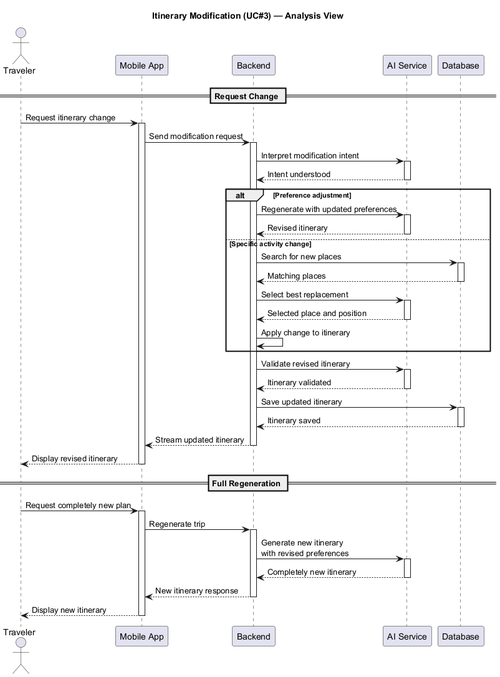
Earlier version of the PlantUML export docs/Diagrams/Itinerary_Modification_Flow.png (AbdelrahmanMostafa33/TourMate-AI).
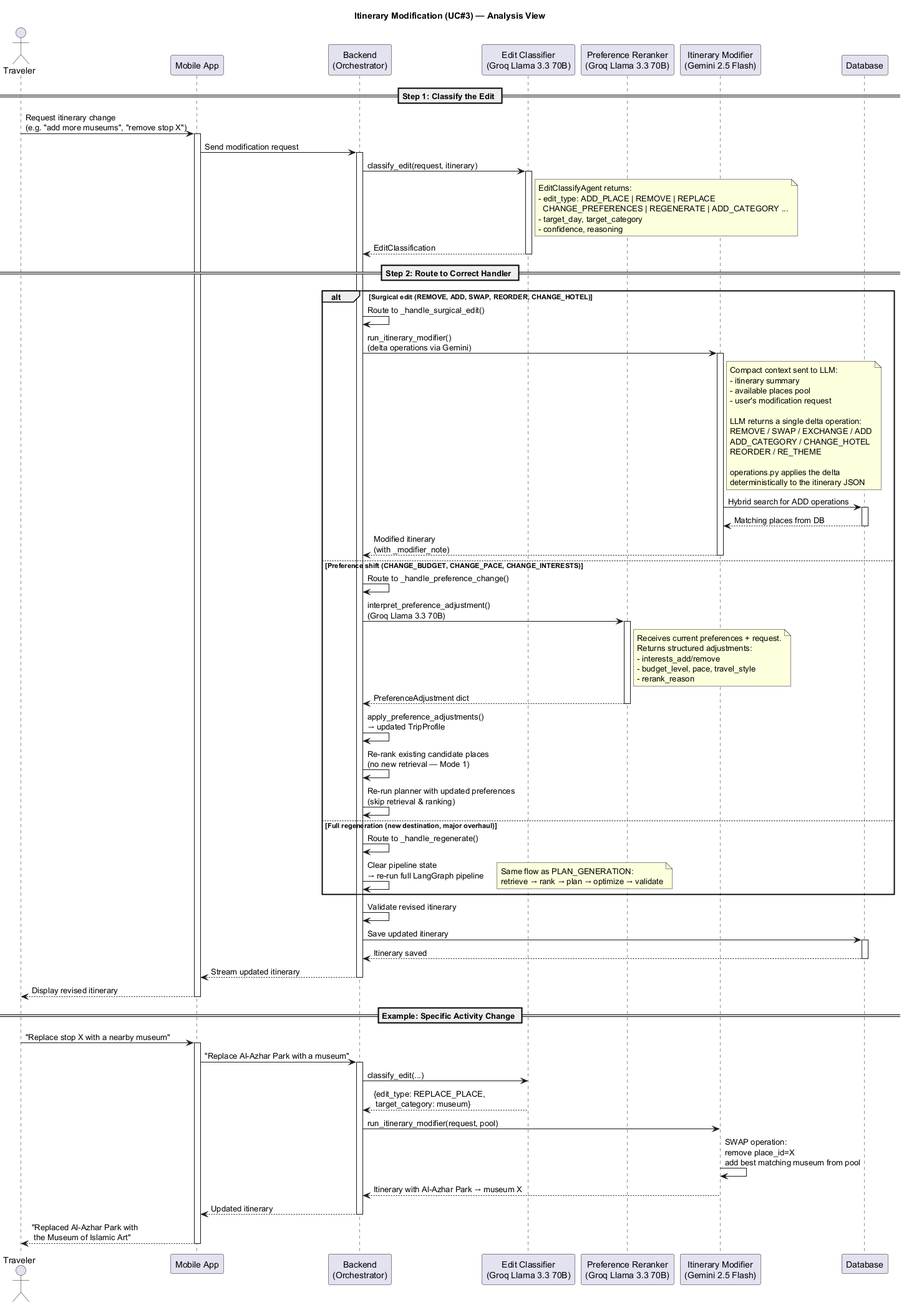
After the change.

Change to the diagram source:
```diff
@@ -3,46 +3,99 @@
 
 actor Traveler
 participant "Mobile App" as App
-participant "Backend" as Backend
-participant "AI Service" as AI
+participant "Backend\n(Orchestrator)" as Backend
+participant "Edit Classifier\n(Groq Llama 3.3 70B)" as Classifier
+participant "Preference Reranker\n(Groq Llama 3.3 70B)" as Reranker
+participant "Itinerary Modifier\n(Gemini 2.5 Flash)" as Modifier
 participant "Database" as DB
 
-== Request Change ==
+== Step 1: Classify the Edit ==
 
-Traveler -> App: Request itinerary change
+Traveler -> App: Request itinerary change\n(e.g. "add more museums", "remove stop X")
 activate App
 
 App -> Backend: Send modification request
 activate Backend
 
-Backend -> AI: Interpret modification intent
-activate AI
-AI --> Backend: Intent understood
-deactivate AI
+Backend -> Classifier: classify_edit(request, itinerary)
+activate Classifier
 
-alt Preference adjustment
-  Backend -> AI: Regenerate with updated preferences
-  activate AI
-  AI --> Backend: Revised itinerary
-  deactivate AI
+Note right of Classifier
+  EditClassifyAgent returns:
+  - edit_type: ADD_PLACE | REMOVE | REPLACE
+    CHANGE_PREFERENCES | REGENERATE | ADD_CATEGORY ...
+  - target_day, target_category
+  - confidence, reasoning
+end note
 
-else Specific activity change
-  Backend -> DB: Search for new places
+Classifier --> Backend: EditClassification
+deactivate Classifier
+
+== Step 2: Route to Correct Handler ==
+
+alt Surgical edit (REMOVE, ADD, SWAP, REORDER, CHANGE_HOTEL)
+  Backend -> Backend: Route to _handle_surgical_edit()
+
+  Backend -> Modifier: run_itinerary_modifier()\n(delta operations via Gemini)
+  activate Modifier
+
+  Note right of Modifier
+    Compact context sent to LLM:
+    - itinerary summary
+    - available places pool
+    - user's modification request
+
+    LLM returns a single delta operation:
+    REMOVE / SWAP / EXCHANGE / ADD
+    ADD_CATEGORY / CHANGE_HOTEL
+    REORDER / RE_THEME
+
+    operations.py applies the delta
+    deterministically to the itinerary JSON
+  end note
+
+  Modifier -> DB: Hybrid search for ADD operations
   activate DB
-  DB --> Backend: Matching places
+  DB --> Modifier: Matching places from DB
   deactivate DB
-  Backend -> AI: Select best replacement
-  activate AI
-  AI --> Backend: Selected place and position
-  deactivate AI
-  Backend -> Backend: Apply change to itinerary
+
+  Modifier --> Backend: Modified itinerary\n(with _modifier_note)
+  deactivate Modifier
+
+else Preference shift (CHANGE_BUDGET, CHANGE_PACE, CHANGE_INTERESTS)
+  Backend -> Backend: Route to _handle_preference_change()
+
+  Backend -> Reranker: interpret_preference_adjustment()\n(Groq Llama 3.3 70B)
+  activate Reranker
+
+  Note right of Reranker
+    Receives current preferences + request.
+    Returns structured adjustments:
+    - interests_add/remove
+    - budget_level, pace, travel_style
+    - rerank_reason
+  end note
+
+  Reranker --> Backend: PreferenceAdjustment dict
+  deactivate Reranker
+
+  Backend -> Backend: apply_preference_adjustments()\n→ updated TripProfile
+
+  Backend -> Backend: Re-rank existing candidate places\n(no new retrieval — Mode 1)
+
+  Backend -> Backend: Re-run planner with updated preferences\n(skip retrieval & ranking)
+
+else Full regeneration (new destination, major overhaul)
+  Backend -> Backend: Route to _handle_regenerate()
+
+  Backend -> Backend: Clear pipeline state\n→ re-run full LangGraph pipeline
+  Note right
+    Same flow as PLAN_GENERATION:
+    retrieve → rank → plan → optimize → validate
+  end note
 end
 
-Backend -> AI: Validate revised itinerary
-activate AI
-AI --> Backend: Itinerary validated
-deactivate AI
-
+Backend -> Backend: Validate revised itinerary
 Backend -> DB: Save updated itinerary
 activate DB
 DB --> Backend: Itinerary saved
@@ -54,23 +107,25 @@
 App --> Traveler: Display revised itinerary
 deactivate App
 
-== Full Regeneration ==
+== Example: Specific Activity Change ==
 
-Traveler -> App: Request completely new plan
+Traveler -> App: "Replace stop X with a nearby museum"
 activate App
 
-App -> Backend: Regenerate trip
+App -> Backend: "Replace Al-Azhar Park with a museum"
 activate Backend
 
-Backend -> AI: Generate new itinerary\nwith revised preferences
-activate AI
-AI --> Backend: Completely new itinerary
-deactivate AI
+Backend -> Classifier: classify_edit(...)
+Classifier --> Backend: {edit_type: REPLACE_PLACE,\n target_category: museum}
 
-Backend --> App: New itinerary response
+Backend -> Modifier: run_itinerary_modifier(request, pool)
+Modifier -> Modifier: SWAP operation:\nremove place_id=X\nadd best matching museum from pool
+Modifier --> Backend: Itinerary with Al-Azhar Park → museum X
+
+Backend --> App: Updated itinerary
 deactivate Backend
 
-App --> Traveler: Display new itinerary
+App --> Traveler: "Replaced Al-Azhar Park with\n the Museum of Islamic Art"
 deactivate App
 
 @enduml
```
